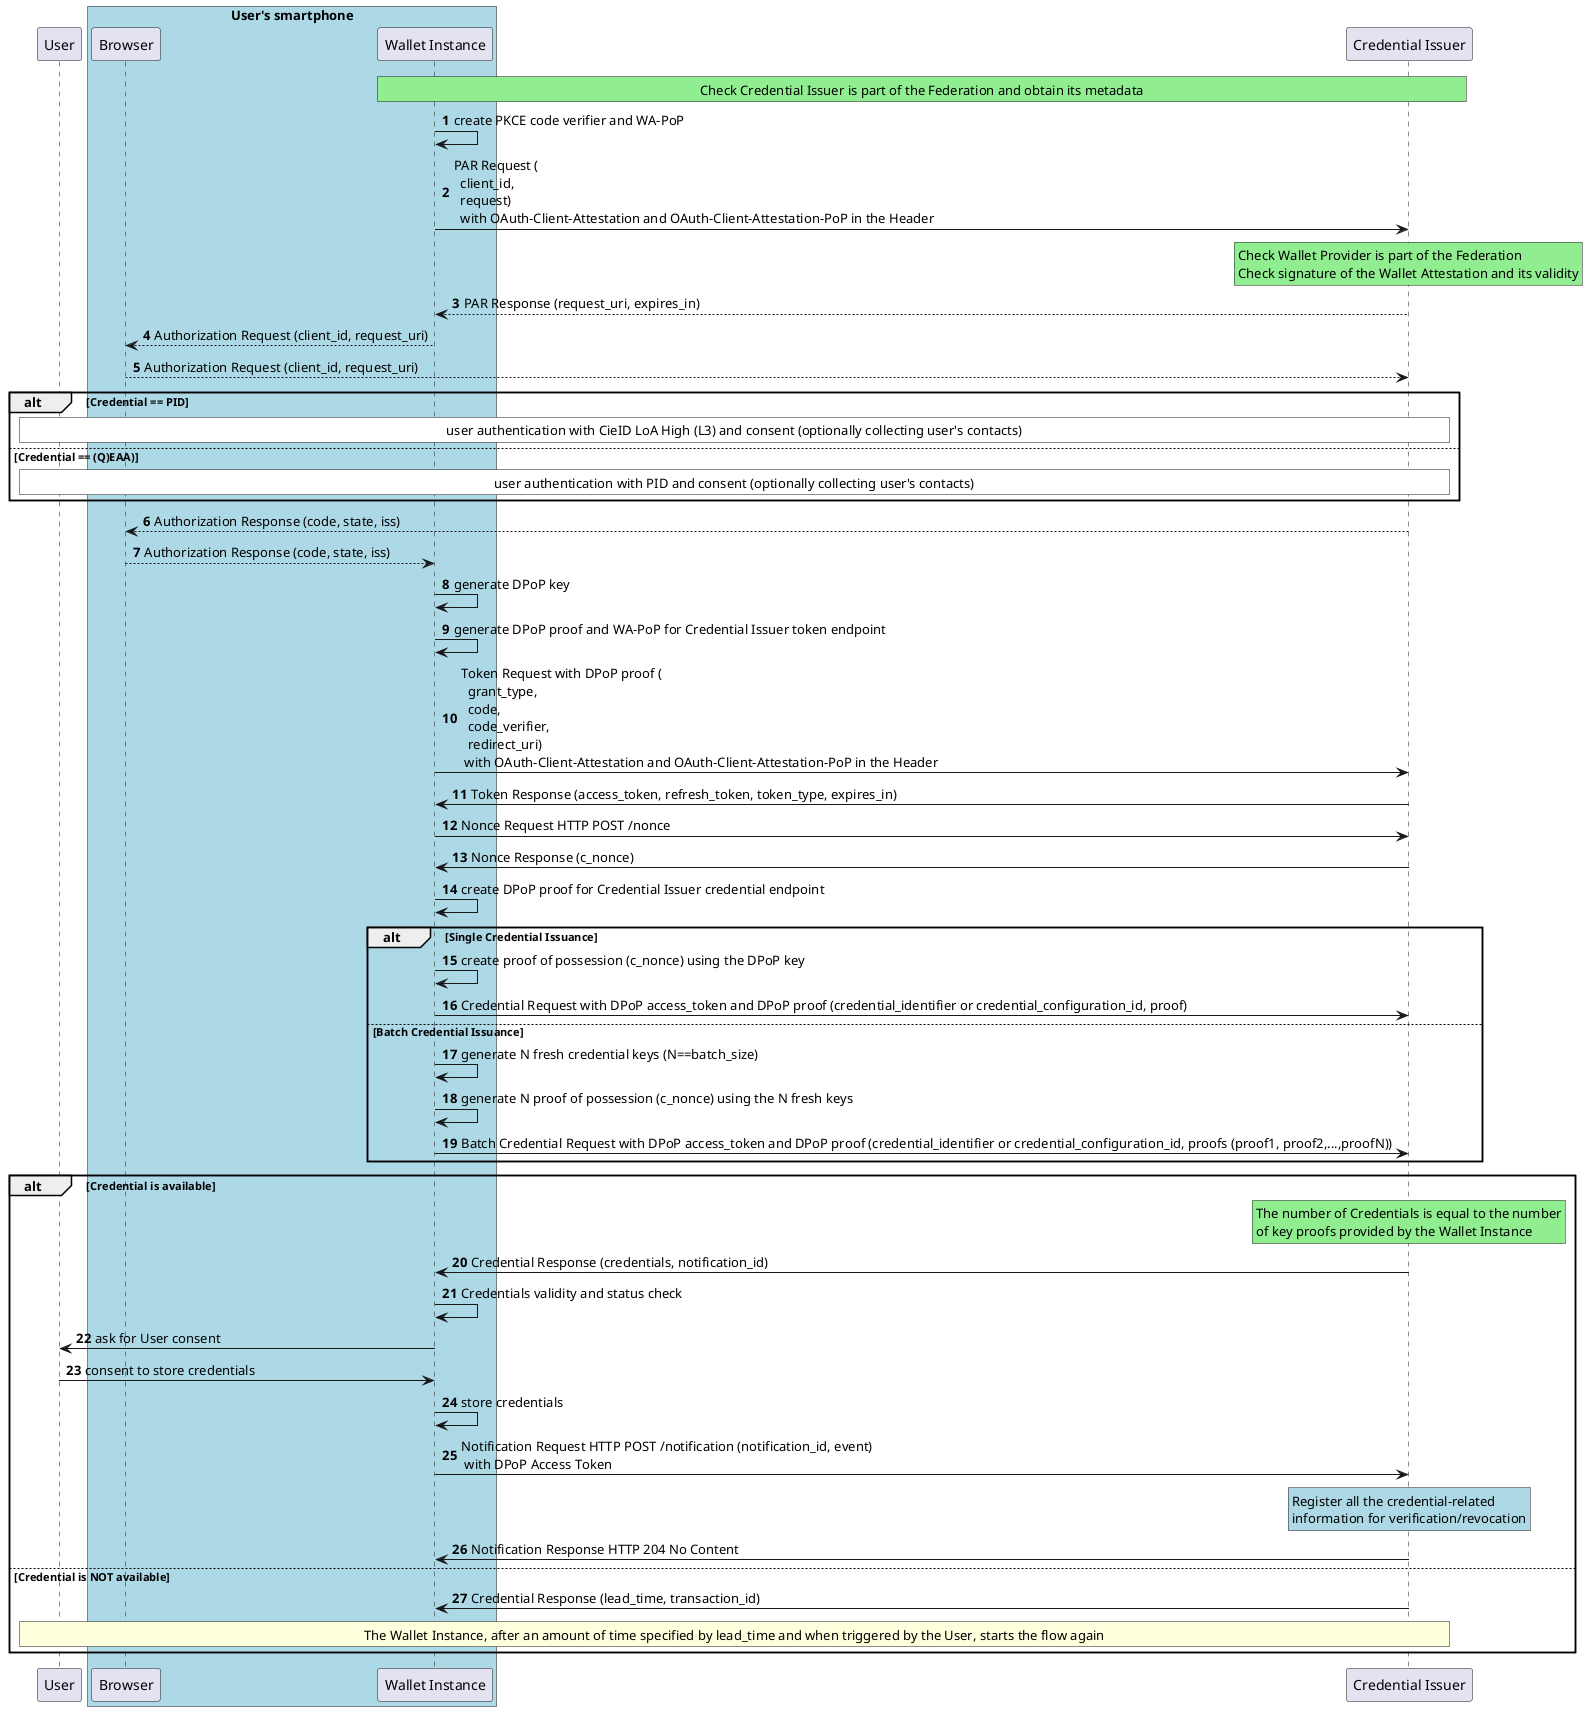
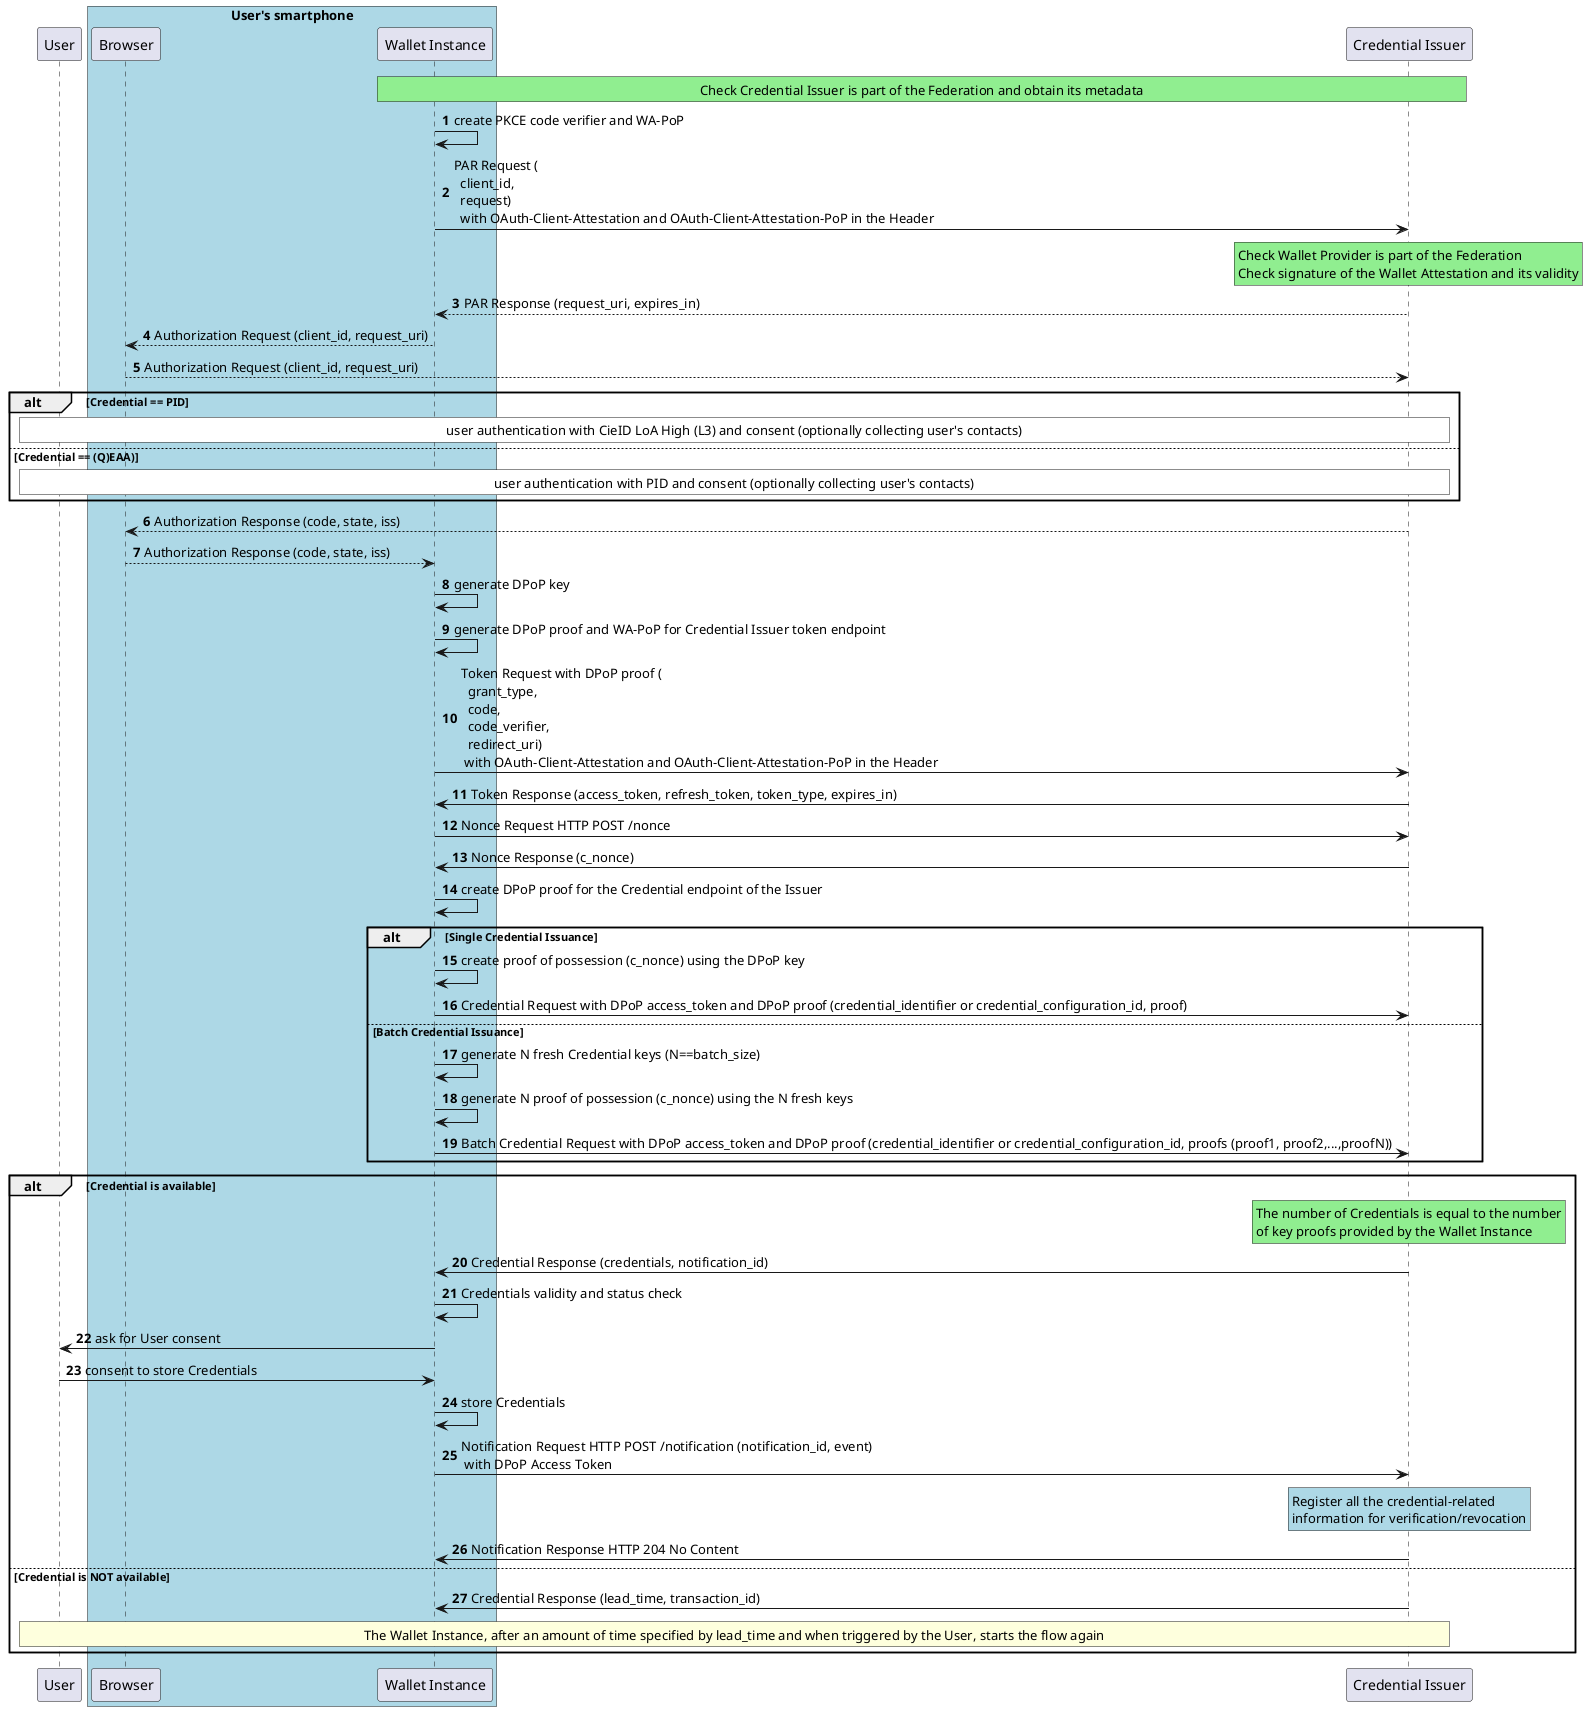
@startuml Credential Issuance Low-Level Flow
autonumber

participant "User" as u

box "User's smartphone" #LightBlue
participant "Browser" as ua
participant "Wallet Instance" as w
end box

participant "Credential Issuer" as i



rnote over w,i #LIGHTGREEN
Check Credential Issuer is part of the Federation and obtain its metadata
endrnote


w -> w : create PKCE code verifier and WA-PoP

w -> i : PAR Request (\n  client_id,\n  request) \n  with OAuth-Client-Attestation and OAuth-Client-Attestation-PoP in the Header
rnote over i #LIGHTGREEN
Check Wallet Provider is part of the Federation
Check signature of the Wallet Attestation and its validity
endrnote


i --> w : PAR Response (request_uri, expires_in)


w --> ua: Authorization Request (client_id, request_uri)
ua --> i: Authorization Request (client_id, request_uri)

alt Credential == PID
rnote over i,u #WHITE
user authentication with CieID LoA High (L3) and consent (optionally collecting user's contacts)
endrnote
else Credential == (Q)EAA)
rnote over i,u #WHITE
user authentication with PID and consent (optionally collecting user's contacts)
endrnote
end

i --> ua : Authorization Response (code, state, iss)
ua --> w : Authorization Response (code, state, iss)

w -> w : generate DPoP key

w -> w : generate DPoP proof and WA-PoP for Credential Issuer token endpoint


w -> i : Token Request with DPoP proof (\n  grant_type,\n  code,\n  code_verifier,\n  redirect_uri) \n with OAuth-Client-Attestation and OAuth-Client-Attestation-PoP in the Header

i -> w : Token Response (access_token, refresh_token, token_type, expires_in)

w -> i : Nonce Request HTTP POST /nonce

i -> w : Nonce Response (c_nonce)
- w  -> w : create DPoP proof for Credential Issuer credential endpoint
+ w  -> w : create DPoP proof for the Credential endpoint of the Issuer

alt Single Credential Issuance

  w -> w : create proof of possession (c_nonce) using the DPoP key
  w -> i : Credential Request with DPoP access_token and DPoP proof (credential_identifier or credential_configuration_id, proof)

else Batch Credential Issuance

-   w -> w : generate N fresh credential keys (N==batch_size)
+   w -> w : generate N fresh Credential keys (N==batch_size)
  w -> w : generate N proof of possession (c_nonce) using the N fresh keys
  w -> i : Batch Credential Request with DPoP access_token and DPoP proof (credential_identifier or credential_configuration_id, proofs (proof1, proof2,...,proofN))

end

alt Credential is available

rnote over i #LIGHTGREEN
The number of Credentials is equal to the number
of key proofs provided by the Wallet Instance
endrnote

i -> w : Credential Response (credentials, notification_id)

w -> w : Credentials validity and status check

w -> u : ask for User consent
- u -> w : consent to store credentials
+ u -> w : consent to store Credentials

- w -> w : store credentials
+ w -> w : store Credentials

w -> i : Notification Request HTTP POST /notification (notification_id, event) \n with DPoP Access Token

rnote over i #LIGHTBLUE
Register all the credential-related
information for verification/revocation
endrnote

i -> w : Notification Response HTTP 204 No Content

else Credential is NOT available
i -> w : Credential Response (lead_time, transaction_id)
rnote over u,i
The Wallet Instance, after an amount of time specified by lead_time and when triggered by the User, starts the flow again
endrnote
end
@enduml